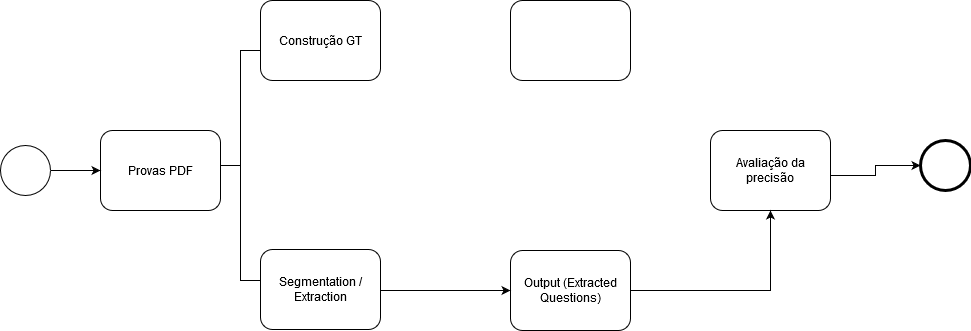
Earlier version of the draw.io export Untitled Diagram.png (karinawie/process-diagram). Source tidied: cells renumbered, new cells last; positions are measured from the earlier drawing's top-left corner, leaving out a move shared by most shapes.
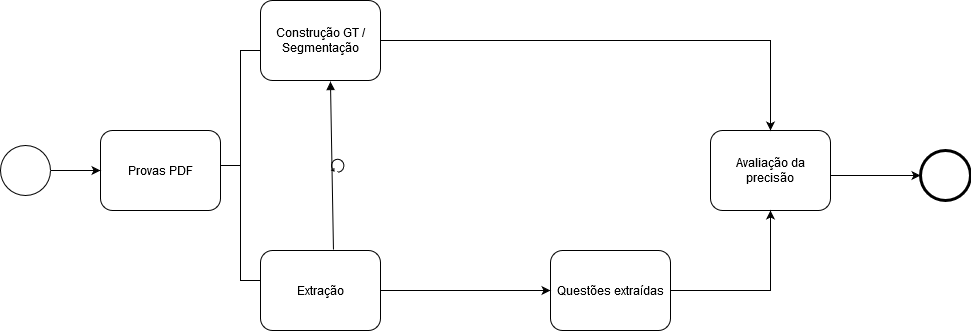
The same file after the commit.

The edit, as a diff of the source:
```diff
@@ -12,7 +12,7 @@
       <mxGeometry x="710" y="130" width="120" height="80" as="geometry" />
     </mxCell>
     <mxCell id="5" style="shape=mxgraph.bpmn.shape;html=1;verticalLabelPosition=bottom;labelBackgroundColor=#ffffff;verticalAlign=top;perimeter=ellipsePerimeter;outline=end;symbol=general;" parent="1" vertex="1">
-      <mxGeometry x="920" y="140" width="50" height="50" as="geometry" />
+      <mxGeometry x="920" y="150" width="50" height="50" as="geometry" />
     </mxCell>
     <mxCell id="6" style="edgeStyle=orthogonalEdgeStyle;rounded=0;html=1;jettySize=auto;" parent="1" edge="1" source="2" target="3">
       <mxGeometry relative="1" as="geometry" />
@@ -29,17 +29,17 @@
         <mxPoint x="830" y="175" as="sourcePoint" />
       </mxGeometry>
     </mxCell>
-    <mxCell id="9" value="Output (Extracted Questions)" style="html=1;whiteSpace=wrap;rounded=1;" parent="1" vertex="1">
-      <mxGeometry x="510" y="250" width="120" height="80" as="geometry" />
+    <mxCell id="9" value="Questões extraídas" style="html=1;whiteSpace=wrap;rounded=1;" parent="1" vertex="1">
+      <mxGeometry x="550" y="250" width="120" height="80" as="geometry" />
     </mxCell>
-    <mxCell id="10" style="html=1;whiteSpace=wrap;rounded=1;" parent="1" vertex="1">
-      <mxGeometry x="510" width="120" height="80" as="geometry" />
-    </mxCell>
+    <mxCell id="15" style="edgeStyle=orthogonalEdgeStyle;rounded=0;jettySize=auto;html=1;exitX=1;exitY=0.5;exitDx=0;exitDy=0;entryX=0.5;entryY=0;entryDx=0;entryDy=0;" parent="1" edge="1" source="11" target="4">
+      <mxGeometry relative="1" as="geometry" />
+    </mxCell>
-    <mxCell id="11" value="Construção GT" style="html=1;whiteSpace=wrap;rounded=1;" parent="1" vertex="1">
+    <mxCell id="11" value="Construção GT / Segmentação" style="html=1;whiteSpace=wrap;rounded=1;" parent="1" vertex="1">
       <mxGeometry x="260" width="120" height="80" as="geometry" />
     </mxCell>
-    <mxCell id="12" value="&lt;div&gt;Segmentation / Extraction&lt;/div&gt;" style="shape=ext;rounded=1;html=1;whiteSpace=wrap;" parent="1" vertex="1">
-      <mxGeometry x="260" y="249" width="120" height="80" as="geometry" />
+    <mxCell id="12" value="&lt;div&gt;Extração&lt;/div&gt;" style="shape=ext;rounded=1;html=1;whiteSpace=wrap;" parent="1" vertex="1">
+      <mxGeometry x="260" y="250" width="120" height="80" as="geometry" />
     </mxCell>
     <mxCell id="13" style="edgeStyle=orthogonalEdgeStyle;rounded=0;html=1;jettySize=auto;entryX=0;entryY=0.5;entryDx=0;entryDy=0;" parent="1" edge="1" target="9">
       <mxGeometry relative="1" as="geometry">
@@ -49,5 +49,11 @@
     <mxCell id="14" style="html=1;shape=mxgraph.flowchart.annotation_2;align=left;labelPosition=right;" parent="1" vertex="1">
       <mxGeometry x="220" y="50" width="40" height="230" as="geometry" />
     </mxCell>
+    <mxCell id="16" style="shape=mxgraph.bpmn.loop;html=1;" parent="1" vertex="1">
+      <mxGeometry x="330" y="158" width="14" height="14" as="geometry" />
+    </mxCell>
+    <mxCell id="17" style="endArrow=block;endFill=1;endSize=6;html=1;entryX=0.583;entryY=1.013;entryDx=0;entryDy=0;entryPerimeter=0;exitX=0.608;exitY=-0.012;exitDx=0;exitDy=0;exitPerimeter=0;" parent="1" edge="1" source="12" target="11">
+      <mxGeometry relative="1" as="geometry" />
+    </mxCell>
   </root>
 </mxGraphModel>
```
